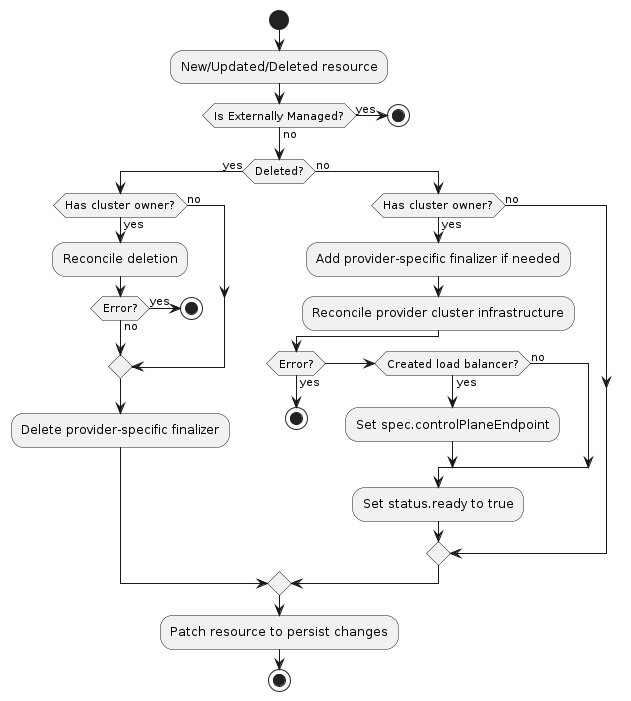
Earlier version of the PlantUML export docs/book/src/images/cluster-infra-provider.png (kubernetes-sigs/cluster-api).
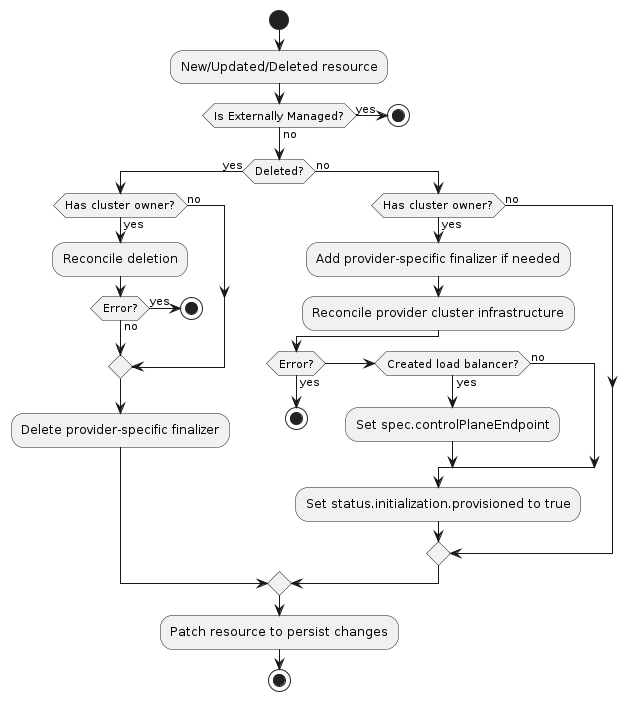
The same file after the commit.

Change to the diagram source:
```diff
@@ -28,7 +28,7 @@
             :Set spec.controlPlaneEndpoint;
         else (no)
         endif
-        :Set status.ready to true;
+        :Set status.initialization.provisioned to true;
     else (no)
     endif
 endif
```
